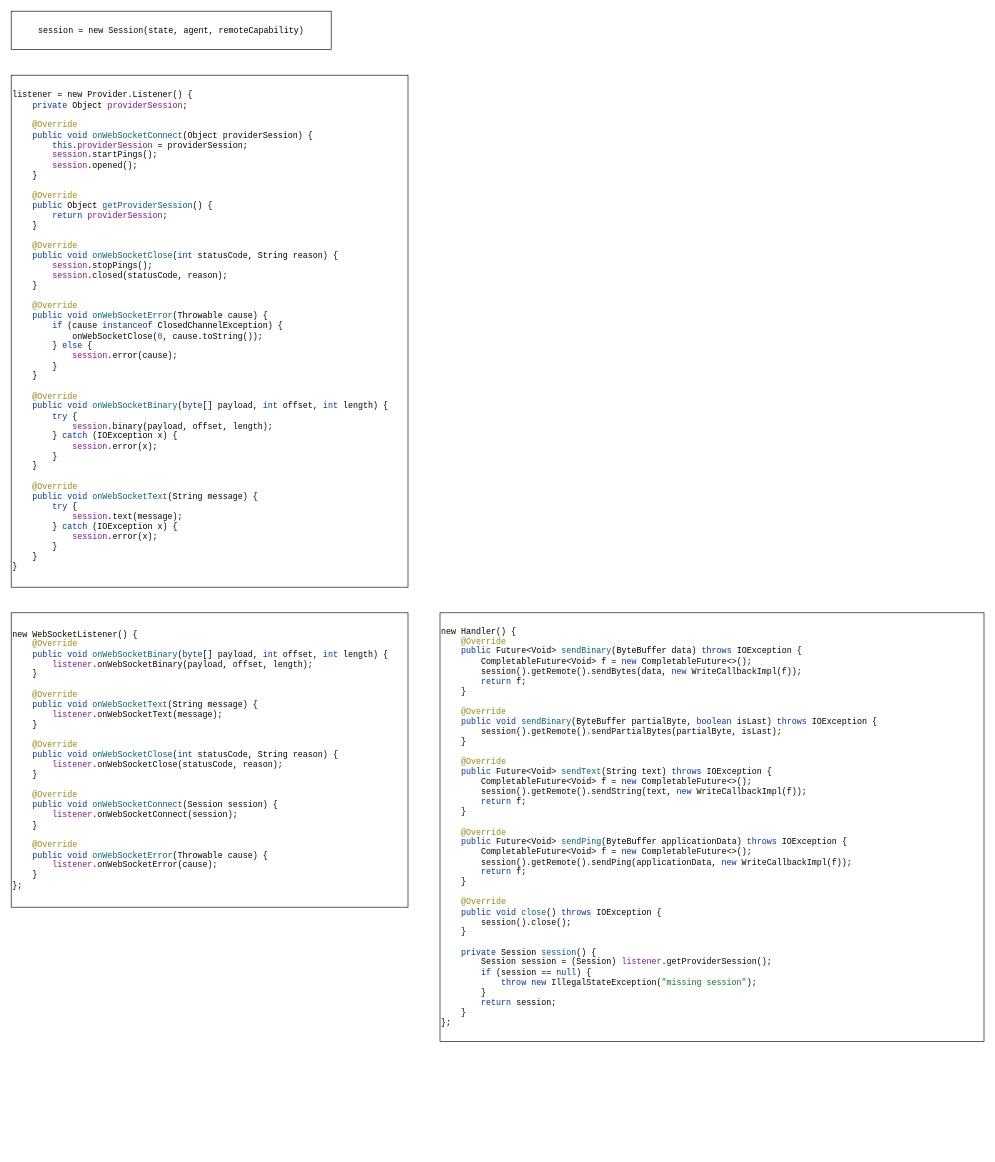
lzus/test keeps this draw.io diagram as websockethandler.drawio. Above is the earlier version. Source tidied: cells renumbered, new cells numbered last; positions are measured from the earlier drawing's top-left corner, leaving out a move shared by most shapes. Both pictures are drawn from the tidied source at 64%, with x=0, y=0 at pixel (11, 11).
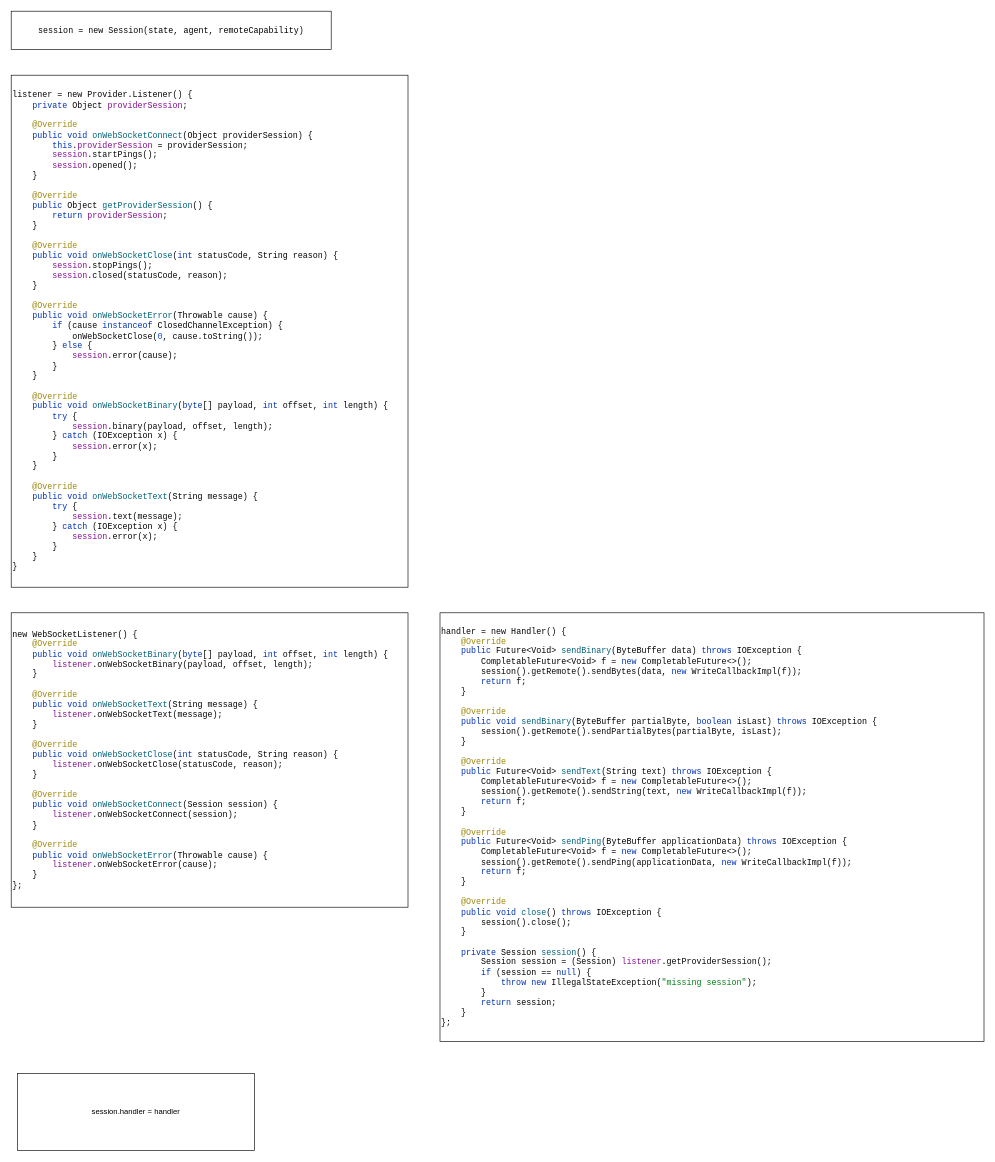
The same diagram, later.

Change to the diagram source:
```diff
@@
 <mxGraphModel>
   <root>
     <mxCell id="0" />
     <mxCell id="1" parent="0" />
     <mxCell id="2" value="&lt;pre style=&quot;background-color:#ffffff;color:#080808;font-family:'JetBrains Mono',monospace;font-size:9.8pt;&quot;&gt;session = new Session(&lt;span style=&quot;color:#000000;&quot;&gt;state&lt;/span&gt;, &lt;span style=&quot;color:#000000;&quot;&gt;agent&lt;/span&gt;, &lt;span style=&quot;color:#000000;&quot;&gt;remoteCapability&lt;/span&gt;)&lt;/pre&gt;" style="rounded=0;whiteSpace=wrap;html=1;" parent="1" vertex="1">
       <mxGeometry width="500" height="60" as="geometry" />
     </mxCell>
     <mxCell id="3" value="&lt;pre style=&quot;background-color:#ffffff;color:#080808;font-family:'JetBrains Mono',monospace;font-size:9.8pt;&quot;&gt;listener = new &lt;span style=&quot;color:#000000;&quot;&gt;Provider&lt;/span&gt;.&lt;span style=&quot;color:#000000;&quot;&gt;Listener&lt;/span&gt;() {&lt;br&gt;    &lt;span style=&quot;color:#0033b3;&quot;&gt;private &lt;/span&gt;&lt;span style=&quot;color:#000000;&quot;&gt;Object &lt;/span&gt;&lt;span style=&quot;color:#871094;&quot;&gt;providerSession&lt;/span&gt;;&lt;br&gt;&lt;br&gt;    &lt;span style=&quot;color:#9e880d;&quot;&gt;@Override&lt;br&gt;&lt;/span&gt;&lt;span style=&quot;color:#9e880d;&quot;&gt;    &lt;/span&gt;&lt;span style=&quot;color:#0033b3;&quot;&gt;public void &lt;/span&gt;&lt;span style=&quot;color:#00627a;&quot;&gt;onWebSocketConnect&lt;/span&gt;(&lt;span style=&quot;color:#000000;&quot;&gt;Object &lt;/span&gt;providerSession) {&lt;br&gt;        &lt;span style=&quot;color:#0033b3;&quot;&gt;this&lt;/span&gt;.&lt;span style=&quot;color:#871094;&quot;&gt;providerSession &lt;/span&gt;= providerSession;&lt;br&gt;        &lt;span style=&quot;color:#851691;&quot;&gt;session&lt;/span&gt;.startPings();&lt;br&gt;        &lt;span style=&quot;color:#851691;&quot;&gt;session&lt;/span&gt;.opened();&lt;br&gt;    }&lt;br&gt;&lt;br&gt;    &lt;span style=&quot;color:#9e880d;&quot;&gt;@Override&lt;br&gt;&lt;/span&gt;&lt;span style=&quot;color:#9e880d;&quot;&gt;    &lt;/span&gt;&lt;span style=&quot;color:#0033b3;&quot;&gt;public &lt;/span&gt;&lt;span style=&quot;color:#000000;&quot;&gt;Object &lt;/span&gt;&lt;span style=&quot;color:#00627a;&quot;&gt;getProviderSession&lt;/span&gt;() {&lt;br&gt;        &lt;span style=&quot;color:#0033b3;&quot;&gt;return &lt;/span&gt;&lt;span style=&quot;color:#871094;&quot;&gt;providerSession&lt;/span&gt;;&lt;br&gt;    }&lt;br&gt;&lt;br&gt;    &lt;span style=&quot;color:#9e880d;&quot;&gt;@Override&lt;br&gt;&lt;/span&gt;&lt;span style=&quot;color:#9e880d;&quot;&gt;    &lt;/span&gt;&lt;span style=&quot;color:#0033b3;&quot;&gt;public void &lt;/span&gt;&lt;span style=&quot;color:#00627a;&quot;&gt;onWebSocketClose&lt;/span&gt;(&lt;span style=&quot;color:#0033b3;&quot;&gt;int &lt;/span&gt;statusCode, &lt;span style=&quot;color:#000000;&quot;&gt;String &lt;/span&gt;reason) {&lt;br&gt;        &lt;span style=&quot;color:#851691;&quot;&gt;session&lt;/span&gt;.stopPings();&lt;br&gt;        &lt;span style=&quot;color:#851691;&quot;&gt;session&lt;/span&gt;.closed(statusCode, reason);&lt;br&gt;    }&lt;br&gt;&lt;br&gt;    &lt;span style=&quot;color:#9e880d;&quot;&gt;@Override&lt;br&gt;&lt;/span&gt;&lt;span style=&quot;color:#9e880d;&quot;&gt;    &lt;/span&gt;&lt;span style=&quot;color:#0033b3;&quot;&gt;public void &lt;/span&gt;&lt;span style=&quot;color:#00627a;&quot;&gt;onWebSocketError&lt;/span&gt;(&lt;span style=&quot;color:#000000;&quot;&gt;Throwable &lt;/span&gt;cause) {&lt;br&gt;        &lt;span style=&quot;color:#0033b3;&quot;&gt;if &lt;/span&gt;(cause &lt;span style=&quot;color:#0033b3;&quot;&gt;instanceof &lt;/span&gt;&lt;span style=&quot;color:#000000;&quot;&gt;ClosedChannelException&lt;/span&gt;) {&lt;br&gt;            onWebSocketClose(&lt;span style=&quot;color:#1750eb;&quot;&gt;0&lt;/span&gt;, cause.toString());&lt;br&gt;        } &lt;span style=&quot;color:#0033b3;&quot;&gt;else &lt;/span&gt;{&lt;br&gt;            &lt;span style=&quot;color:#851691;&quot;&gt;session&lt;/span&gt;.error(cause);&lt;br&gt;        }&lt;br&gt;    }&lt;br&gt;&lt;br&gt;    &lt;span style=&quot;color:#9e880d;&quot;&gt;@Override&lt;br&gt;&lt;/span&gt;&lt;span style=&quot;color:#9e880d;&quot;&gt;    &lt;/span&gt;&lt;span style=&quot;color:#0033b3;&quot;&gt;public void &lt;/span&gt;&lt;span style=&quot;color:#00627a;&quot;&gt;onWebSocketBinary&lt;/span&gt;(&lt;span style=&quot;color:#0033b3;&quot;&gt;byte&lt;/span&gt;[] payload, &lt;span style=&quot;color:#0033b3;&quot;&gt;int &lt;/span&gt;offset, &lt;span style=&quot;color:#0033b3;&quot;&gt;int &lt;/span&gt;length) {&lt;br&gt;        &lt;span style=&quot;color:#0033b3;&quot;&gt;try &lt;/span&gt;{&lt;br&gt;            &lt;span style=&quot;color:#851691;&quot;&gt;session&lt;/span&gt;.binary(payload, offset, length);&lt;br&gt;        } &lt;span style=&quot;color:#0033b3;&quot;&gt;catch &lt;/span&gt;(&lt;span style=&quot;color:#000000;&quot;&gt;IOException &lt;/span&gt;x) {&lt;br&gt;            &lt;span style=&quot;color:#851691;&quot;&gt;session&lt;/span&gt;.error(x);&lt;br&gt;        }&lt;br&gt;    }&lt;br&gt;&lt;br&gt;    &lt;span style=&quot;color:#9e880d;&quot;&gt;@Override&lt;br&gt;&lt;/span&gt;&lt;span style=&quot;color:#9e880d;&quot;&gt;    &lt;/span&gt;&lt;span style=&quot;color:#0033b3;&quot;&gt;public void &lt;/span&gt;&lt;span style=&quot;color:#00627a;&quot;&gt;onWebSocketText&lt;/span&gt;(&lt;span style=&quot;color:#000000;&quot;&gt;String &lt;/span&gt;message) {&lt;br&gt;        &lt;span style=&quot;color:#0033b3;&quot;&gt;try &lt;/span&gt;{&lt;br&gt;            &lt;span style=&quot;color:#851691;&quot;&gt;session&lt;/span&gt;.text(message);&lt;br&gt;        } &lt;span style=&quot;color:#0033b3;&quot;&gt;catch &lt;/span&gt;(&lt;span style=&quot;color:#000000;&quot;&gt;IOException &lt;/span&gt;x) {&lt;br&gt;            &lt;span style=&quot;color:#851691;&quot;&gt;session&lt;/span&gt;.error(x);&lt;br&gt;        }&lt;br&gt;    }&lt;br&gt;}&lt;/pre&gt;" style="rounded=0;whiteSpace=wrap;html=1;align=left;" parent="1" vertex="1">
       <mxGeometry y="100" width="620" height="800" as="geometry" />
     </mxCell>
     <mxCell id="4" value="&lt;pre style=&quot;background-color:#ffffff;color:#080808;font-family:'JetBrains Mono',monospace;font-size:9.8pt;&quot;&gt;new &lt;span style=&quot;color:#000000;&quot;&gt;WebSocketListener&lt;/span&gt;() {&lt;br&gt;    &lt;span style=&quot;color:#9e880d;&quot;&gt;@Override&lt;br&gt;&lt;/span&gt;&lt;span style=&quot;color:#9e880d;&quot;&gt;    &lt;/span&gt;&lt;span style=&quot;color:#0033b3;&quot;&gt;public void &lt;/span&gt;&lt;span style=&quot;color:#00627a;&quot;&gt;onWebSocketBinary&lt;/span&gt;(&lt;span style=&quot;color:#0033b3;&quot;&gt;byte&lt;/span&gt;[] payload, &lt;span style=&quot;color:#0033b3;&quot;&gt;int &lt;/span&gt;offset, &lt;span style=&quot;color:#0033b3;&quot;&gt;int &lt;/span&gt;length) {&lt;br&gt;        &lt;span style=&quot;color:#851691;&quot;&gt;listener&lt;/span&gt;.onWebSocketBinary(payload, offset, length);&lt;br&gt;    }&lt;br&gt;&lt;br&gt;    &lt;span style=&quot;color:#9e880d;&quot;&gt;@Override&lt;br&gt;&lt;/span&gt;&lt;span style=&quot;color:#9e880d;&quot;&gt;    &lt;/span&gt;&lt;span style=&quot;color:#0033b3;&quot;&gt;public void &lt;/span&gt;&lt;span style=&quot;color:#00627a;&quot;&gt;onWebSocketText&lt;/span&gt;(&lt;span style=&quot;color:#000000;&quot;&gt;String &lt;/span&gt;message) {&lt;br&gt;        &lt;span style=&quot;color:#851691;&quot;&gt;listener&lt;/span&gt;.onWebSocketText(message);&lt;br&gt;    }&lt;br&gt;&lt;br&gt;    &lt;span style=&quot;color:#9e880d;&quot;&gt;@Override&lt;br&gt;&lt;/span&gt;&lt;span style=&quot;color:#9e880d;&quot;&gt;    &lt;/span&gt;&lt;span style=&quot;color:#0033b3;&quot;&gt;public void &lt;/span&gt;&lt;span style=&quot;color:#00627a;&quot;&gt;onWebSocketClose&lt;/span&gt;(&lt;span style=&quot;color:#0033b3;&quot;&gt;int &lt;/span&gt;statusCode, &lt;span style=&quot;color:#000000;&quot;&gt;String &lt;/span&gt;reason) {&lt;br&gt;        &lt;span style=&quot;color:#851691;&quot;&gt;listener&lt;/span&gt;.onWebSocketClose(statusCode, reason);&lt;br&gt;    }&lt;br&gt;&lt;br&gt;    &lt;span style=&quot;color:#9e880d;&quot;&gt;@Override&lt;br&gt;&lt;/span&gt;&lt;span style=&quot;color:#9e880d;&quot;&gt;    &lt;/span&gt;&lt;span style=&quot;color:#0033b3;&quot;&gt;public void &lt;/span&gt;&lt;span style=&quot;color:#00627a;&quot;&gt;onWebSocketConnect&lt;/span&gt;(&lt;span style=&quot;color:#000000;&quot;&gt;Session &lt;/span&gt;session) {&lt;br&gt;        &lt;span style=&quot;color:#851691;&quot;&gt;listener&lt;/span&gt;.onWebSocketConnect(session);&lt;br&gt;    }&lt;br&gt;&lt;br&gt;    &lt;span style=&quot;color:#9e880d;&quot;&gt;@Override&lt;br&gt;&lt;/span&gt;&lt;span style=&quot;color:#9e880d;&quot;&gt;    &lt;/span&gt;&lt;span style=&quot;color:#0033b3;&quot;&gt;public void &lt;/span&gt;&lt;span style=&quot;color:#00627a;&quot;&gt;onWebSocketError&lt;/span&gt;(&lt;span style=&quot;color:#000000;&quot;&gt;Throwable &lt;/span&gt;cause) {&lt;br&gt;        &lt;span style=&quot;color:#851691;&quot;&gt;listener&lt;/span&gt;.onWebSocketError(cause);&lt;br&gt;    }&lt;br&gt;};&lt;/pre&gt;" style="rounded=0;whiteSpace=wrap;html=1;align=left;" parent="1" vertex="1">
       <mxGeometry y="940" width="620" height="460" as="geometry" />
     </mxCell>
-    <mxCell id="5" value="&lt;pre style=&quot;background-color:#ffffff;color:#080808;font-family:'JetBrains Mono',monospace;font-size:9.8pt;&quot;&gt;new &lt;span style=&quot;color:#000000;&quot;&gt;Handler&lt;/span&gt;() {&lt;br&gt;    &lt;span style=&quot;color:#9e880d;&quot;&gt;@Override&lt;br&gt;&lt;/span&gt;&lt;span style=&quot;color:#9e880d;&quot;&gt;    &lt;/span&gt;&lt;span style=&quot;color:#0033b3;&quot;&gt;public &lt;/span&gt;&lt;span style=&quot;color:#000000;&quot;&gt;Future&lt;/span&gt;&amp;lt;&lt;span style=&quot;color:#000000;&quot;&gt;Void&lt;/span&gt;&amp;gt; &lt;span style=&quot;color:#00627a;&quot;&gt;sendBinary&lt;/span&gt;(&lt;span style=&quot;color:#000000;&quot;&gt;ByteBuffer &lt;/span&gt;data) &lt;span style=&quot;color:#0033b3;&quot;&gt;throws &lt;/span&gt;&lt;span style=&quot;color:#000000;&quot;&gt;IOException &lt;/span&gt;{&lt;br&gt;        &lt;span style=&quot;color:#000000;&quot;&gt;CompletableFuture&lt;/span&gt;&amp;lt;&lt;span style=&quot;color:#000000;&quot;&gt;Void&lt;/span&gt;&amp;gt; &lt;span style=&quot;color:#000000;&quot;&gt;f &lt;/span&gt;= &lt;span style=&quot;color:#0033b3;&quot;&gt;new &lt;/span&gt;CompletableFuture&amp;lt;&amp;gt;();&lt;br&gt;        session().getRemote().sendBytes(data, &lt;span style=&quot;color:#0033b3;&quot;&gt;new &lt;/span&gt;WriteCallbackImpl(&lt;span style=&quot;color:#000000;&quot;&gt;f&lt;/span&gt;));&lt;br&gt;        &lt;span style=&quot;color:#0033b3;&quot;&gt;return &lt;/span&gt;&lt;span style=&quot;color:#000000;&quot;&gt;f&lt;/span&gt;;&lt;br&gt;    }&lt;br&gt;&lt;br&gt;    &lt;span style=&quot;color:#9e880d;&quot;&gt;@Override&lt;br&gt;&lt;/span&gt;&lt;span style=&quot;color:#9e880d;&quot;&gt;    &lt;/span&gt;&lt;span style=&quot;color:#0033b3;&quot;&gt;public void &lt;/span&gt;&lt;span style=&quot;color:#00627a;&quot;&gt;sendBinary&lt;/span&gt;(&lt;span style=&quot;color:#000000;&quot;&gt;ByteBuffer &lt;/span&gt;partialByte, &lt;span style=&quot;color:#0033b3;&quot;&gt;boolean &lt;/span&gt;isLast) &lt;span style=&quot;color:#0033b3;&quot;&gt;throws &lt;/span&gt;&lt;span style=&quot;color:#000000;&quot;&gt;IOException &lt;/span&gt;{&lt;br&gt;        session().getRemote().sendPartialBytes(partialByte, isLast);&lt;br&gt;    }&lt;br&gt;&lt;br&gt;    &lt;span style=&quot;color:#9e880d;&quot;&gt;@Override&lt;br&gt;&lt;/span&gt;&lt;span style=&quot;color:#9e880d;&quot;&gt;    &lt;/span&gt;&lt;span style=&quot;color:#0033b3;&quot;&gt;public &lt;/span&gt;&lt;span style=&quot;color:#000000;&quot;&gt;Future&lt;/span&gt;&amp;lt;&lt;span style=&quot;color:#000000;&quot;&gt;Void&lt;/span&gt;&amp;gt; &lt;span style=&quot;color:#00627a;&quot;&gt;sendText&lt;/span&gt;(&lt;span style=&quot;color:#000000;&quot;&gt;String &lt;/span&gt;text) &lt;span style=&quot;color:#0033b3;&quot;&gt;throws &lt;/span&gt;&lt;span style=&quot;color:#000000;&quot;&gt;IOException &lt;/span&gt;{&lt;br&gt;        &lt;span style=&quot;color:#000000;&quot;&gt;CompletableFuture&lt;/span&gt;&amp;lt;&lt;span style=&quot;color:#000000;&quot;&gt;Void&lt;/span&gt;&amp;gt; &lt;span style=&quot;color:#000000;&quot;&gt;f &lt;/span&gt;= &lt;span style=&quot;color:#0033b3;&quot;&gt;new &lt;/span&gt;CompletableFuture&amp;lt;&amp;gt;();&lt;br&gt;        session().getRemote().sendString(text, &lt;span style=&quot;color:#0033b3;&quot;&gt;new &lt;/span&gt;WriteCallbackImpl(&lt;span style=&quot;color:#000000;&quot;&gt;f&lt;/span&gt;));&lt;br&gt;        &lt;span style=&quot;color:#0033b3;&quot;&gt;return &lt;/span&gt;&lt;span style=&quot;color:#000000;&quot;&gt;f&lt;/span&gt;;&lt;br&gt;    }&lt;br&gt;&lt;br&gt;    &lt;span style=&quot;color:#9e880d;&quot;&gt;@Override&lt;br&gt;&lt;/span&gt;&lt;span style=&quot;color:#9e880d;&quot;&gt;    &lt;/span&gt;&lt;span style=&quot;color:#0033b3;&quot;&gt;public &lt;/span&gt;&lt;span style=&quot;color:#000000;&quot;&gt;Future&lt;/span&gt;&amp;lt;&lt;span style=&quot;color:#000000;&quot;&gt;Void&lt;/span&gt;&amp;gt; &lt;span style=&quot;color:#00627a;&quot;&gt;sendPing&lt;/span&gt;(&lt;span style=&quot;color:#000000;&quot;&gt;ByteBuffer &lt;/span&gt;applicationData) &lt;span style=&quot;color:#0033b3;&quot;&gt;throws &lt;/span&gt;&lt;span style=&quot;color:#000000;&quot;&gt;IOException &lt;/span&gt;{&lt;br&gt;        &lt;span style=&quot;color:#000000;&quot;&gt;CompletableFuture&lt;/span&gt;&amp;lt;&lt;span style=&quot;color:#000000;&quot;&gt;Void&lt;/span&gt;&amp;gt; &lt;span style=&quot;color:#000000;&quot;&gt;f &lt;/span&gt;= &lt;span style=&quot;color:#0033b3;&quot;&gt;new &lt;/span&gt;CompletableFuture&amp;lt;&amp;gt;();&lt;br&gt;        session().getRemote().sendPing(applicationData, &lt;span style=&quot;color:#0033b3;&quot;&gt;new &lt;/span&gt;WriteCallbackImpl(&lt;span style=&quot;color:#000000;&quot;&gt;f&lt;/span&gt;));&lt;br&gt;        &lt;span style=&quot;color:#0033b3;&quot;&gt;return &lt;/span&gt;&lt;span style=&quot;color:#000000;&quot;&gt;f&lt;/span&gt;;&lt;br&gt;    }&lt;br&gt;&lt;br&gt;    &lt;span style=&quot;color:#9e880d;&quot;&gt;@Override&lt;br&gt;&lt;/span&gt;&lt;span style=&quot;color:#9e880d;&quot;&gt;    &lt;/span&gt;&lt;span style=&quot;color:#0033b3;&quot;&gt;public void &lt;/span&gt;&lt;span style=&quot;color:#00627a;&quot;&gt;close&lt;/span&gt;() &lt;span style=&quot;color:#0033b3;&quot;&gt;throws &lt;/span&gt;&lt;span style=&quot;color:#000000;&quot;&gt;IOException &lt;/span&gt;{&lt;br&gt;        session().close();&lt;br&gt;    }&lt;br&gt;&lt;br&gt;    &lt;span style=&quot;color:#0033b3;&quot;&gt;private &lt;/span&gt;&lt;span style=&quot;color:#000000;&quot;&gt;Session &lt;/span&gt;&lt;span style=&quot;color:#00627a;&quot;&gt;session&lt;/span&gt;() {&lt;br&gt;        &lt;span style=&quot;color:#000000;&quot;&gt;Session session &lt;/span&gt;= (&lt;span style=&quot;color:#000000;&quot;&gt;Session&lt;/span&gt;) &lt;span style=&quot;color:#851691;&quot;&gt;listener&lt;/span&gt;.getProviderSession();&lt;br&gt;        &lt;span style=&quot;color:#0033b3;&quot;&gt;if &lt;/span&gt;(&lt;span style=&quot;color:#000000;&quot;&gt;session &lt;/span&gt;== &lt;span style=&quot;color:#0033b3;&quot;&gt;null&lt;/span&gt;) {&lt;br&gt;            &lt;span style=&quot;color:#0033b3;&quot;&gt;throw new &lt;/span&gt;IllegalStateException(&lt;span style=&quot;color:#067d17;&quot;&gt;&quot;missing session&quot;&lt;/span&gt;);&lt;br&gt;        }&lt;br&gt;        &lt;span style=&quot;color:#0033b3;&quot;&gt;return &lt;/span&gt;&lt;span style=&quot;color:#000000;&quot;&gt;session&lt;/span&gt;;&lt;br&gt;    }&lt;br&gt;};&lt;/pre&gt;" style="rounded=0;whiteSpace=wrap;html=1;align=left;" parent="1" vertex="1">
+    <mxCell id="5" value="&lt;pre style=&quot;background-color:#ffffff;color:#080808;font-family:'JetBrains Mono',monospace;font-size:9.8pt;&quot;&gt;handler = new &lt;span style=&quot;color:#000000;&quot;&gt;Handler&lt;/span&gt;() {&lt;br&gt;    &lt;span style=&quot;color:#9e880d;&quot;&gt;@Override&lt;br&gt;&lt;/span&gt;&lt;span style=&quot;color:#9e880d;&quot;&gt;    &lt;/span&gt;&lt;span style=&quot;color:#0033b3;&quot;&gt;public &lt;/span&gt;&lt;span style=&quot;color:#000000;&quot;&gt;Future&lt;/span&gt;&amp;lt;&lt;span style=&quot;color:#000000;&quot;&gt;Void&lt;/span&gt;&amp;gt; &lt;span style=&quot;color:#00627a;&quot;&gt;sendBinary&lt;/span&gt;(&lt;span style=&quot;color:#000000;&quot;&gt;ByteBuffer &lt;/span&gt;data) &lt;span style=&quot;color:#0033b3;&quot;&gt;throws &lt;/span&gt;&lt;span style=&quot;color:#000000;&quot;&gt;IOException &lt;/span&gt;{&lt;br&gt;        &lt;span style=&quot;color:#000000;&quot;&gt;CompletableFuture&lt;/span&gt;&amp;lt;&lt;span style=&quot;color:#000000;&quot;&gt;Void&lt;/span&gt;&amp;gt; &lt;span style=&quot;color:#000000;&quot;&gt;f &lt;/span&gt;= &lt;span style=&quot;color:#0033b3;&quot;&gt;new &lt;/span&gt;CompletableFuture&amp;lt;&amp;gt;();&lt;br&gt;        session().getRemote().sendBytes(data, &lt;span style=&quot;color:#0033b3;&quot;&gt;new &lt;/span&gt;WriteCallbackImpl(&lt;span style=&quot;color:#000000;&quot;&gt;f&lt;/span&gt;));&lt;br&gt;        &lt;span style=&quot;color:#0033b3;&quot;&gt;return &lt;/span&gt;&lt;span style=&quot;color:#000000;&quot;&gt;f&lt;/span&gt;;&lt;br&gt;    }&lt;br&gt;&lt;br&gt;    &lt;span style=&quot;color:#9e880d;&quot;&gt;@Override&lt;br&gt;&lt;/span&gt;&lt;span style=&quot;color:#9e880d;&quot;&gt;    &lt;/span&gt;&lt;span style=&quot;color:#0033b3;&quot;&gt;public void &lt;/span&gt;&lt;span style=&quot;color:#00627a;&quot;&gt;sendBinary&lt;/span&gt;(&lt;span style=&quot;color:#000000;&quot;&gt;ByteBuffer &lt;/span&gt;partialByte, &lt;span style=&quot;color:#0033b3;&quot;&gt;boolean &lt;/span&gt;isLast) &lt;span style=&quot;color:#0033b3;&quot;&gt;throws &lt;/span&gt;&lt;span style=&quot;color:#000000;&quot;&gt;IOException &lt;/span&gt;{&lt;br&gt;        session().getRemote().sendPartialBytes(partialByte, isLast);&lt;br&gt;    }&lt;br&gt;&lt;br&gt;    &lt;span style=&quot;color:#9e880d;&quot;&gt;@Override&lt;br&gt;&lt;/span&gt;&lt;span style=&quot;color:#9e880d;&quot;&gt;    &lt;/span&gt;&lt;span style=&quot;color:#0033b3;&quot;&gt;public &lt;/span&gt;&lt;span style=&quot;color:#000000;&quot;&gt;Future&lt;/span&gt;&amp;lt;&lt;span style=&quot;color:#000000;&quot;&gt;Void&lt;/span&gt;&amp;gt; &lt;span style=&quot;color:#00627a;&quot;&gt;sendText&lt;/span&gt;(&lt;span style=&quot;color:#000000;&quot;&gt;String &lt;/span&gt;text) &lt;span style=&quot;color:#0033b3;&quot;&gt;throws &lt;/span&gt;&lt;span style=&quot;color:#000000;&quot;&gt;IOException &lt;/span&gt;{&lt;br&gt;        &lt;span style=&quot;color:#000000;&quot;&gt;CompletableFuture&lt;/span&gt;&amp;lt;&lt;span style=&quot;color:#000000;&quot;&gt;Void&lt;/span&gt;&amp;gt; &lt;span style=&quot;color:#000000;&quot;&gt;f &lt;/span&gt;= &lt;span style=&quot;color:#0033b3;&quot;&gt;new &lt;/span&gt;CompletableFuture&amp;lt;&amp;gt;();&lt;br&gt;        session().getRemote().sendString(text, &lt;span style=&quot;color:#0033b3;&quot;&gt;new &lt;/span&gt;WriteCallbackImpl(&lt;span style=&quot;color:#000000;&quot;&gt;f&lt;/span&gt;));&lt;br&gt;        &lt;span style=&quot;color:#0033b3;&quot;&gt;return &lt;/span&gt;&lt;span style=&quot;color:#000000;&quot;&gt;f&lt;/span&gt;;&lt;br&gt;    }&lt;br&gt;&lt;br&gt;    &lt;span style=&quot;color:#9e880d;&quot;&gt;@Override&lt;br&gt;&lt;/span&gt;&lt;span style=&quot;color:#9e880d;&quot;&gt;    &lt;/span&gt;&lt;span style=&quot;color:#0033b3;&quot;&gt;public &lt;/span&gt;&lt;span style=&quot;color:#000000;&quot;&gt;Future&lt;/span&gt;&amp;lt;&lt;span style=&quot;color:#000000;&quot;&gt;Void&lt;/span&gt;&amp;gt; &lt;span style=&quot;color:#00627a;&quot;&gt;sendPing&lt;/span&gt;(&lt;span style=&quot;color:#000000;&quot;&gt;ByteBuffer &lt;/span&gt;applicationData) &lt;span style=&quot;color:#0033b3;&quot;&gt;throws &lt;/span&gt;&lt;span style=&quot;color:#000000;&quot;&gt;IOException &lt;/span&gt;{&lt;br&gt;        &lt;span style=&quot;color:#000000;&quot;&gt;CompletableFuture&lt;/span&gt;&amp;lt;&lt;span style=&quot;color:#000000;&quot;&gt;Void&lt;/span&gt;&amp;gt; &lt;span style=&quot;color:#000000;&quot;&gt;f &lt;/span&gt;= &lt;span style=&quot;color:#0033b3;&quot;&gt;new &lt;/span&gt;CompletableFuture&amp;lt;&amp;gt;();&lt;br&gt;        session().getRemote().sendPing(applicationData, &lt;span style=&quot;color:#0033b3;&quot;&gt;new &lt;/span&gt;WriteCallbackImpl(&lt;span style=&quot;color:#000000;&quot;&gt;f&lt;/span&gt;));&lt;br&gt;        &lt;span style=&quot;color:#0033b3;&quot;&gt;return &lt;/span&gt;&lt;span style=&quot;color:#000000;&quot;&gt;f&lt;/span&gt;;&lt;br&gt;    }&lt;br&gt;&lt;br&gt;    &lt;span style=&quot;color:#9e880d;&quot;&gt;@Override&lt;br&gt;&lt;/span&gt;&lt;span style=&quot;color:#9e880d;&quot;&gt;    &lt;/span&gt;&lt;span style=&quot;color:#0033b3;&quot;&gt;public void &lt;/span&gt;&lt;span style=&quot;color:#00627a;&quot;&gt;close&lt;/span&gt;() &lt;span style=&quot;color:#0033b3;&quot;&gt;throws &lt;/span&gt;&lt;span style=&quot;color:#000000;&quot;&gt;IOException &lt;/span&gt;{&lt;br&gt;        session().close();&lt;br&gt;    }&lt;br&gt;&lt;br&gt;    &lt;span style=&quot;color:#0033b3;&quot;&gt;private &lt;/span&gt;&lt;span style=&quot;color:#000000;&quot;&gt;Session &lt;/span&gt;&lt;span style=&quot;color:#00627a;&quot;&gt;session&lt;/span&gt;() {&lt;br&gt;        &lt;span style=&quot;color:#000000;&quot;&gt;Session session &lt;/span&gt;= (&lt;span style=&quot;color:#000000;&quot;&gt;Session&lt;/span&gt;) &lt;span style=&quot;color:#851691;&quot;&gt;listener&lt;/span&gt;.getProviderSession();&lt;br&gt;        &lt;span style=&quot;color:#0033b3;&quot;&gt;if &lt;/span&gt;(&lt;span style=&quot;color:#000000;&quot;&gt;session &lt;/span&gt;== &lt;span style=&quot;color:#0033b3;&quot;&gt;null&lt;/span&gt;) {&lt;br&gt;            &lt;span style=&quot;color:#0033b3;&quot;&gt;throw new &lt;/span&gt;IllegalStateException(&lt;span style=&quot;color:#067d17;&quot;&gt;&quot;missing session&quot;&lt;/span&gt;);&lt;br&gt;        }&lt;br&gt;        &lt;span style=&quot;color:#0033b3;&quot;&gt;return &lt;/span&gt;&lt;span style=&quot;color:#000000;&quot;&gt;session&lt;/span&gt;;&lt;br&gt;    }&lt;br&gt;};&lt;/pre&gt;" style="rounded=0;whiteSpace=wrap;html=1;align=left;" parent="1" vertex="1">
       <mxGeometry x="670" y="940" width="850" height="670" as="geometry" />
     </mxCell>
+    <mxCell id="6" value="session.handler = handler" style="rounded=0;whiteSpace=wrap;html=1;" parent="1" vertex="1">
+      <mxGeometry x="10" y="1660" width="370" height="120" as="geometry" />
+    </mxCell>
   </root>
 </mxGraphModel>
```
